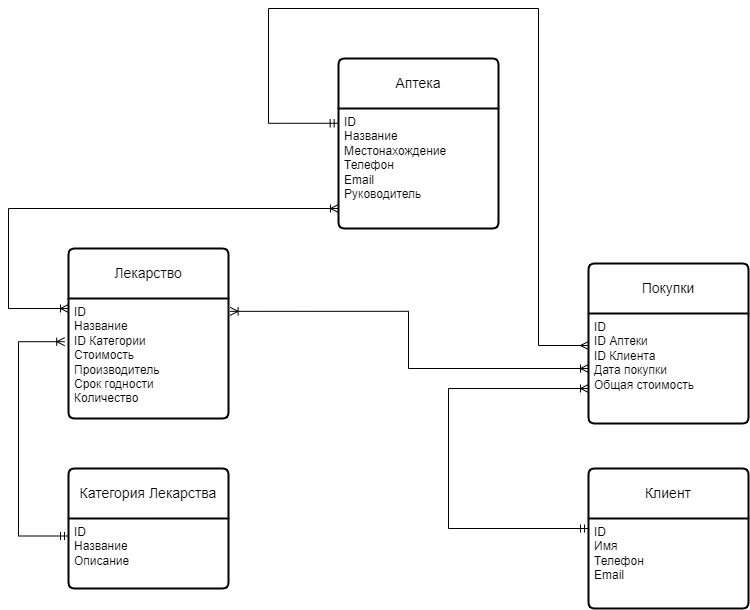
Earlier version of the draw.io export Data_Base.drawio.png (Darber32/Calculator). Source tidied: cells renumbered, new cells last; positions are measured from the earlier drawing's top-left corner, leaving out a move shared by most shapes.
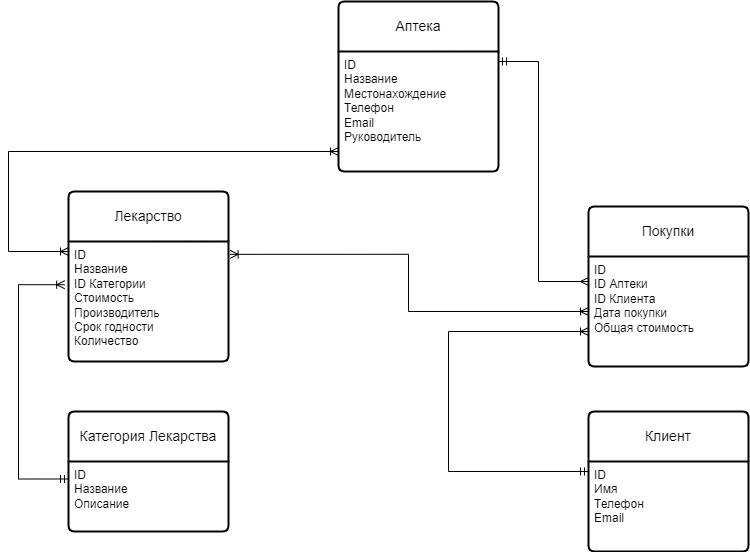
After the commit.

Change to the diagram source:
```diff
@@ -57,13 +57,11 @@
         </Array>
       </mxGeometry>
     </mxCell>
-    <mxCell id="15" style="edgeStyle=orthogonalEdgeStyle;fontSize=12;html=1;endArrow=ERmany;startArrow=ERmandOne;rounded=0;exitX=-0.002;exitY=0.123;exitDx=0;exitDy=0;exitPerimeter=0;startFill=0;endFill=0;" parent="1" edge="1" source="3" target="7">
+    <mxCell id="15" style="edgeStyle=orthogonalEdgeStyle;fontSize=12;html=1;endArrow=ERmany;startArrow=ERmandOne;rounded=0;startFill=0;endFill=0;" parent="1" edge="1" source="3" target="7">
       <mxGeometry relative="1" as="geometry">
         <Array as="points">
-          <mxPoint x="260" y="115" />
-          <mxPoint x="260" />
-          <mxPoint x="530" />
-          <mxPoint x="530" y="337" />
+          <mxPoint x="530" y="110" />
+          <mxPoint x="530" y="330" />
         </Array>
       </mxGeometry>
     </mxCell>
```
